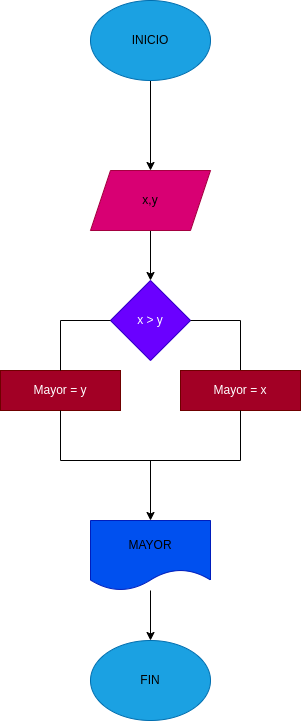
Before: diagrama.png, a diagram exported from draw.io (Luzaraque3/Mayor_2enteros). Source tidied: cells renumbered, new cells last; positions are measured from the earlier drawing's top-left corner, leaving out a move shared by most shapes. Source of this version:
```xml
<mxGraphModel>
  <root>
    <mxCell id="0" />
    <mxCell id="1" parent="0" />
    <mxCell id="2" style="edgeStyle=none;html=1;" parent="1" edge="1" source="3" target="5">
      <mxGeometry relative="1" as="geometry" />
    </mxCell>
    <mxCell id="3" value="&lt;font color=&quot;#000000&quot;&gt;INICIO&lt;/font&gt;" style="ellipse;whiteSpace=wrap;html=1;fillColor=#1ba1e2;fontColor=#ffffff;strokeColor=#006EAF;" parent="1" vertex="1">
      <mxGeometry x="90" width="120" height="80" as="geometry" />
    </mxCell>
    <mxCell id="4" style="edgeStyle=none;html=1;fontColor=#000000;" parent="1" edge="1" source="5" target="6">
      <mxGeometry relative="1" as="geometry" />
    </mxCell>
    <mxCell id="5" value="&lt;font color=&quot;#000000&quot;&gt;x,y&lt;br&gt;&lt;/font&gt;" style="shape=parallelogram;perimeter=parallelogramPerimeter;whiteSpace=wrap;html=1;fixedSize=1;fillColor=#d80073;fontColor=#ffffff;strokeColor=#A50040;" parent="1" vertex="1">
      <mxGeometry x="90" y="170" width="120" height="60" as="geometry" />
    </mxCell>
    <mxCell id="6" value="x &amp;gt; y" style="rhombus;whiteSpace=wrap;html=1;fontColor=#ffffff;fillColor=#6a00ff;strokeColor=#3700CC;" parent="1" vertex="1">
      <mxGeometry x="110" y="280" width="80" height="80" as="geometry" />
    </mxCell>
    <mxCell id="7" style="endArrow=none;html=1;fontColor=#000000;entryX=1;entryY=0.5;entryDx=0;entryDy=0;" parent="1" edge="1" target="6">
      <mxGeometry relative="1" as="geometry">
        <mxPoint x="240" y="320" as="sourcePoint" />
      </mxGeometry>
    </mxCell>
    <mxCell id="8" style="endArrow=none;html=1;fontColor=#000000;" parent="1" edge="1">
      <mxGeometry relative="1" as="geometry">
        <mxPoint x="240" y="370" as="sourcePoint" />
        <mxPoint x="240" y="320" as="targetPoint" />
      </mxGeometry>
    </mxCell>
    <mxCell id="9" value="Mayor = x" style="rounded=0;whiteSpace=wrap;html=1;fontColor=#ffffff;fillColor=#a20025;strokeColor=#6F0000;" parent="1" vertex="1">
      <mxGeometry x="180" y="370" width="120" height="40" as="geometry" />
    </mxCell>
    <mxCell id="10" value="Mayor = y" style="rounded=0;whiteSpace=wrap;html=1;fontColor=#ffffff;fillColor=#a20025;strokeColor=#6F0000;" parent="1" vertex="1">
      <mxGeometry y="370" width="120" height="40" as="geometry" />
    </mxCell>
    <mxCell id="11" style="endArrow=none;html=1;fontColor=#000000;entryX=0;entryY=0.5;entryDx=0;entryDy=0;" parent="1" edge="1" target="6">
      <mxGeometry relative="1" as="geometry">
        <mxPoint x="60" y="320" as="sourcePoint" />
      </mxGeometry>
    </mxCell>
    <mxCell id="12" style="endArrow=none;html=1;fontColor=#000000;exitX=0.5;exitY=0;exitDx=0;exitDy=0;" parent="1" edge="1" source="10">
      <mxGeometry relative="1" as="geometry">
        <mxPoint x="60" y="320" as="targetPoint" />
      </mxGeometry>
    </mxCell>
    <mxCell id="13" style="endArrow=none;html=1;fontColor=#000000;entryX=0.5;entryY=1;entryDx=0;entryDy=0;" parent="1" edge="1" target="10">
      <mxGeometry relative="1" as="geometry">
        <mxPoint x="60" y="460" as="sourcePoint" />
      </mxGeometry>
    </mxCell>
    <mxCell id="14" style="endArrow=none;html=1;fontColor=#000000;entryX=0.5;entryY=1;entryDx=0;entryDy=0;" parent="1" edge="1">
      <mxGeometry relative="1" as="geometry">
        <mxPoint x="240" y="460" as="sourcePoint" />
        <mxPoint x="240" y="410" as="targetPoint" />
      </mxGeometry>
    </mxCell>
    <mxCell id="15" style="endArrow=none;html=1;fontColor=#000000;" parent="1" edge="1">
      <mxGeometry relative="1" as="geometry">
        <mxPoint x="60" y="460" as="sourcePoint" />
        <mxPoint x="240" y="460" as="targetPoint" />
      </mxGeometry>
    </mxCell>
    <mxCell id="16" style="edgeStyle=none;html=1;fontColor=#000000;" parent="1" edge="1" source="17" target="18">
      <mxGeometry relative="1" as="geometry" />
    </mxCell>
    <mxCell id="17" value="&lt;font color=&quot;#000000&quot;&gt;MAYOR&lt;/font&gt;" style="shape=document;whiteSpace=wrap;html=1;boundedLbl=1;fontColor=#ffffff;fillColor=#0050ef;strokeColor=#001DBC;" parent="1" vertex="1">
      <mxGeometry x="90" y="520" width="120" height="70" as="geometry" />
    </mxCell>
    <mxCell id="18" value="&lt;font color=&quot;#000000&quot;&gt;FIN&lt;/font&gt;" style="ellipse;whiteSpace=wrap;html=1;fillColor=#1ba1e2;fontColor=#ffffff;strokeColor=#006EAF;" parent="1" vertex="1">
      <mxGeometry x="90" y="640" width="120" height="80" as="geometry" />
    </mxCell>
    <mxCell id="19" style="endArrow=classic;html=1;fontColor=#000000;entryX=0.5;entryY=0;entryDx=0;entryDy=0;" parent="1" edge="1" target="17">
      <mxGeometry relative="1" as="geometry">
        <mxPoint x="150" y="460" as="sourcePoint" />
      </mxGeometry>
    </mxCell>
  </root>
</mxGraphModel>
```
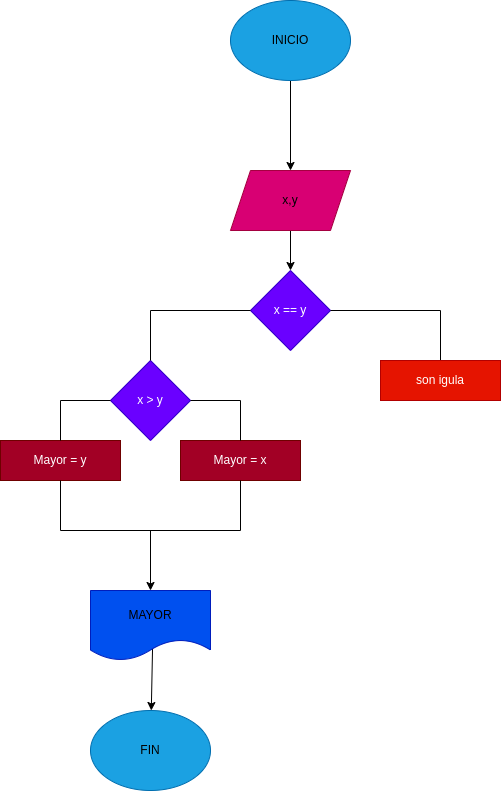
The same file after the commit.

Commit message:
Se agrego diagrama, programa y README

The edit, as a diff of the source:
```diff
@@ -6,74 +6,102 @@
       <mxGeometry relative="1" as="geometry" />
     </mxCell>
     <mxCell id="3" value="&lt;font color=&quot;#000000&quot;&gt;INICIO&lt;/font&gt;" style="ellipse;whiteSpace=wrap;html=1;fillColor=#1ba1e2;fontColor=#ffffff;strokeColor=#006EAF;" parent="1" vertex="1">
-      <mxGeometry x="90" width="120" height="80" as="geometry" />
+      <mxGeometry x="230" y="-70" width="120" height="80" as="geometry" />
     </mxCell>
-    <mxCell id="4" style="edgeStyle=none;html=1;fontColor=#000000;" parent="1" edge="1" source="5" target="6">
+    <mxCell id="4" style="edgeStyle=none;html=1;fontColor=#000000;entryX=0.5;entryY=0;entryDx=0;entryDy=0;" parent="1" edge="1" source="5" target="6">
       <mxGeometry relative="1" as="geometry" />
     </mxCell>
     <mxCell id="5" value="&lt;font color=&quot;#000000&quot;&gt;x,y&lt;br&gt;&lt;/font&gt;" style="shape=parallelogram;perimeter=parallelogramPerimeter;whiteSpace=wrap;html=1;fixedSize=1;fillColor=#d80073;fontColor=#ffffff;strokeColor=#A50040;" parent="1" vertex="1">
-      <mxGeometry x="90" y="170" width="120" height="60" as="geometry" />
+      <mxGeometry x="230" y="100" width="120" height="60" as="geometry" />
     </mxCell>
-    <mxCell id="6" value="x &amp;gt; y" style="rhombus;whiteSpace=wrap;html=1;fontColor=#ffffff;fillColor=#6a00ff;strokeColor=#3700CC;" parent="1" vertex="1">
-      <mxGeometry x="110" y="280" width="80" height="80" as="geometry" />
+    <mxCell id="6" value="x == y" style="rhombus;whiteSpace=wrap;html=1;fontColor=#ffffff;fillColor=#6a00ff;strokeColor=#3700CC;" parent="1" vertex="1">
+      <mxGeometry x="250" y="200" width="80" height="80" as="geometry" />
     </mxCell>
-    <mxCell id="7" style="endArrow=none;html=1;fontColor=#000000;entryX=1;entryY=0.5;entryDx=0;entryDy=0;" parent="1" edge="1" target="6">
-      <mxGeometry relative="1" as="geometry">
-        <mxPoint x="240" y="320" as="sourcePoint" />
-      </mxGeometry>
-    </mxCell>
-    <mxCell id="8" style="endArrow=none;html=1;fontColor=#000000;" parent="1" edge="1">
+    <mxCell id="8" style="endArrow=none;html=1;fontColor=#000000;exitX=0.5;exitY=0;exitDx=0;exitDy=0;" parent="1" edge="1" source="22">
       <mxGeometry relative="1" as="geometry">
-        <mxPoint x="240" y="370" as="sourcePoint" />
-        <mxPoint x="240" y="320" as="targetPoint" />
+        <mxPoint x="440" y="240" as="targetPoint" />
       </mxGeometry>
     </mxCell>
+    <mxCell id="20" style="endArrow=none;html=1;fontColor=#000000;entryX=1;entryY=0.5;entryDx=0;entryDy=0;" parent="1" edge="1" target="6">
+      <mxGeometry relative="1" as="geometry">
+        <mxPoint x="440" y="240" as="sourcePoint" />
+      </mxGeometry>
+    </mxCell>
+    <mxCell id="18" value="&lt;font color=&quot;#000000&quot;&gt;FIN&lt;/font&gt;" style="ellipse;whiteSpace=wrap;html=1;fillColor=#1ba1e2;fontColor=#ffffff;strokeColor=#006EAF;" parent="1" vertex="1">
+      <mxGeometry x="90" y="640" width="120" height="80" as="geometry" />
+    </mxCell>
+    <mxCell id="16" style="edgeStyle=none;html=1;exitX=0.517;exitY=0.829;exitDx=0;exitDy=0;exitPerimeter=0;" parent="1" edge="1" source="17" target="18">
+      <mxGeometry relative="1" as="geometry" />
+    </mxCell>
+    <mxCell id="17" value="&lt;font color=&quot;#000000&quot;&gt;MAYOR&lt;/font&gt;" style="shape=document;whiteSpace=wrap;html=1;boundedLbl=1;fontColor=#ffffff;fillColor=#0050ef;strokeColor=#001DBC;" parent="1" vertex="1">
+      <mxGeometry x="90" y="520" width="120" height="70" as="geometry" />
+    </mxCell>
     <mxCell id="9" value="Mayor = x" style="rounded=0;whiteSpace=wrap;html=1;fontColor=#ffffff;fillColor=#a20025;strokeColor=#6F0000;" parent="1" vertex="1">
       <mxGeometry x="180" y="370" width="120" height="40" as="geometry" />
     </mxCell>
     <mxCell id="10" value="Mayor = y" style="rounded=0;whiteSpace=wrap;html=1;fontColor=#ffffff;fillColor=#a20025;strokeColor=#6F0000;" parent="1" vertex="1">
       <mxGeometry y="370" width="120" height="40" as="geometry" />
     </mxCell>
-    <mxCell id="11" style="endArrow=none;html=1;fontColor=#000000;entryX=0;entryY=0.5;entryDx=0;entryDy=0;" parent="1" edge="1" target="6">
-      <mxGeometry relative="1" as="geometry">
-        <mxPoint x="60" y="320" as="sourcePoint" />
-      </mxGeometry>
-    </mxCell>
-    <mxCell id="12" style="endArrow=none;html=1;fontColor=#000000;exitX=0.5;exitY=0;exitDx=0;exitDy=0;" parent="1" edge="1" source="10">
-      <mxGeometry relative="1" as="geometry">
-        <mxPoint x="60" y="320" as="targetPoint" />
-      </mxGeometry>
-    </mxCell>
-    <mxCell id="13" style="endArrow=none;html=1;fontColor=#000000;entryX=0.5;entryY=1;entryDx=0;entryDy=0;" parent="1" edge="1" target="10">
-      <mxGeometry relative="1" as="geometry">
-        <mxPoint x="60" y="460" as="sourcePoint" />
-      </mxGeometry>
-    </mxCell>
-    <mxCell id="14" style="endArrow=none;html=1;fontColor=#000000;entryX=0.5;entryY=1;entryDx=0;entryDy=0;" parent="1" edge="1">
-      <mxGeometry relative="1" as="geometry">
-        <mxPoint x="240" y="460" as="sourcePoint" />
-        <mxPoint x="240" y="410" as="targetPoint" />
-      </mxGeometry>
-    </mxCell>
-    <mxCell id="15" style="endArrow=none;html=1;fontColor=#000000;" parent="1" edge="1">
-      <mxGeometry relative="1" as="geometry">
-        <mxPoint x="60" y="460" as="sourcePoint" />
-        <mxPoint x="240" y="460" as="targetPoint" />
-      </mxGeometry>
-    </mxCell>
-    <mxCell id="16" style="edgeStyle=none;html=1;fontColor=#000000;" parent="1" edge="1" source="17" target="18">
-      <mxGeometry relative="1" as="geometry" />
-    </mxCell>
-    <mxCell id="17" value="&lt;font color=&quot;#000000&quot;&gt;MAYOR&lt;/font&gt;" style="shape=document;whiteSpace=wrap;html=1;boundedLbl=1;fontColor=#ffffff;fillColor=#0050ef;strokeColor=#001DBC;" parent="1" vertex="1">
-      <mxGeometry x="90" y="520" width="120" height="70" as="geometry" />
-    </mxCell>
-    <mxCell id="18" value="&lt;font color=&quot;#000000&quot;&gt;FIN&lt;/font&gt;" style="ellipse;whiteSpace=wrap;html=1;fillColor=#1ba1e2;fontColor=#ffffff;strokeColor=#006EAF;" parent="1" vertex="1">
-      <mxGeometry x="90" y="640" width="120" height="80" as="geometry" />
-    </mxCell>
-    <mxCell id="19" style="endArrow=classic;html=1;fontColor=#000000;entryX=0.5;entryY=0;entryDx=0;entryDy=0;" parent="1" edge="1" target="17">
-      <mxGeometry relative="1" as="geometry">
-        <mxPoint x="150" y="460" as="sourcePoint" />
-      </mxGeometry>
-    </mxCell>
+    <mxCell id="21" value="x &amp;gt; y" style="rhombus;whiteSpace=wrap;html=1;fontColor=#ffffff;fillColor=#6a00ff;strokeColor=#3700CC;" parent="1" vertex="1">
+      <mxGeometry x="110" y="290" width="80" height="80" as="geometry" />
+    </mxCell>
+    <mxCell id="22" value="son igula" style="rounded=0;whiteSpace=wrap;html=1;fontColor=#ffffff;fillColor=#e51400;strokeColor=#B20000;" parent="1" vertex="1">
+      <mxGeometry x="380" y="290" width="120" height="40" as="geometry" />
+    </mxCell>
+    <mxCell id="23" style="endArrow=none;html=1;fontColor=#000000;entryX=0;entryY=0.5;entryDx=0;entryDy=0;" parent="1" edge="1" target="6">
+      <mxGeometry relative="1" as="geometry">
+        <mxPoint x="150" y="240" as="sourcePoint" />
+      </mxGeometry>
+    </mxCell>
+    <mxCell id="24" style="endArrow=none;html=1;fontColor=#000000;" parent="1" edge="1">
+      <mxGeometry relative="1" as="geometry">
+        <mxPoint x="150" y="290" as="sourcePoint" />
+        <mxPoint x="150" y="240" as="targetPoint" />
+      </mxGeometry>
+    </mxCell>
+    <mxCell id="25" style="endArrow=none;html=1;exitX=1;exitY=0.5;exitDx=0;exitDy=0;" parent="1" edge="1" source="21">
+      <mxGeometry relative="1" as="geometry">
+        <mxPoint x="240" y="330" as="targetPoint" />
+      </mxGeometry>
+    </mxCell>
+    <mxCell id="26" style="endArrow=none;html=1;entryX=0;entryY=0.5;entryDx=0;entryDy=0;" parent="1" edge="1" target="21">
+      <mxGeometry relative="1" as="geometry">
+        <mxPoint x="60" y="330" as="sourcePoint" />
+      </mxGeometry>
+    </mxCell>
+    <mxCell id="27" style="endArrow=none;html=1;" parent="1" edge="1">
+      <mxGeometry relative="1" as="geometry">
+        <mxPoint x="240" y="370" as="sourcePoint" />
+        <mxPoint x="240" y="330" as="targetPoint" />
+      </mxGeometry>
+    </mxCell>
+    <mxCell id="28" style="endArrow=none;html=1;" parent="1" edge="1">
+      <mxGeometry relative="1" as="geometry">
+        <mxPoint x="60" y="370" as="sourcePoint" />
+        <mxPoint x="60" y="330" as="targetPoint" />
+      </mxGeometry>
+    </mxCell>
+    <mxCell id="29" style="endArrow=none;html=1;entryX=0.5;entryY=1;entryDx=0;entryDy=0;" parent="1" edge="1" target="10">
+      <mxGeometry relative="1" as="geometry">
+        <mxPoint x="60" y="460" as="sourcePoint" />
+      </mxGeometry>
+    </mxCell>
+    <mxCell id="30" style="endArrow=none;html=1;entryX=0.5;entryY=1;entryDx=0;entryDy=0;" parent="1" edge="1" target="9">
+      <mxGeometry relative="1" as="geometry">
+        <mxPoint x="240" y="460" as="sourcePoint" />
+      </mxGeometry>
+    </mxCell>
+    <mxCell id="31" style="endArrow=none;html=1;" parent="1" edge="1">
+      <mxGeometry relative="1" as="geometry">
+        <mxPoint x="60" y="460" as="sourcePoint" />
+        <mxPoint x="240" y="460" as="targetPoint" />
+      </mxGeometry>
+    </mxCell>
+    <mxCell id="32" style="endArrow=classic;html=1;" parent="1" edge="1">
+      <mxGeometry relative="1" as="geometry">
+        <mxPoint x="150" y="460" as="sourcePoint" />
+        <mxPoint x="150" y="520" as="targetPoint" />
+      </mxGeometry>
+    </mxCell>
   </root>
 </mxGraphModel>
```
